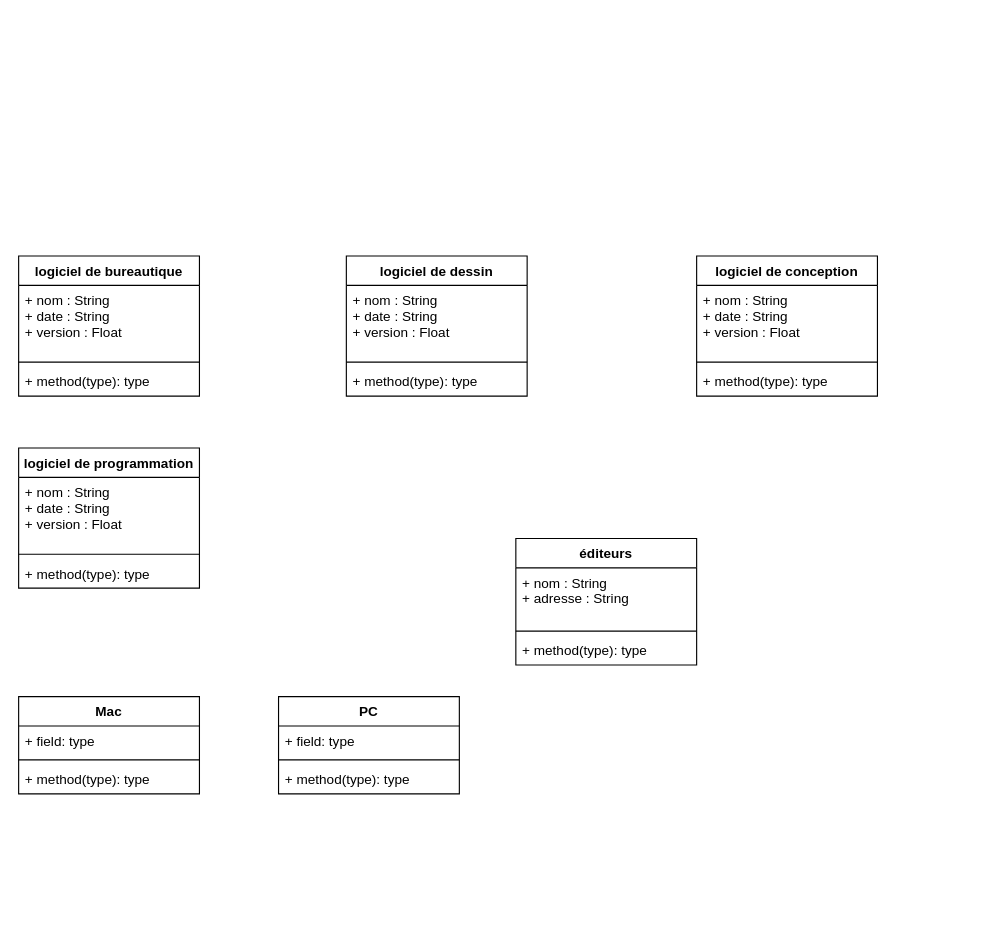
The draw.io diagram ExoLogiciel.drawio in HelixFix/ExoUML, before the edit. Source tidied: cells renumbered, new cells numbered last; positions are measured from the earlier drawing's top-left corner, leaving out a move shared by most shapes. Both pictures are drawn from the tidied source at 113%, with x=0, y=0 at pixel (18, 255).
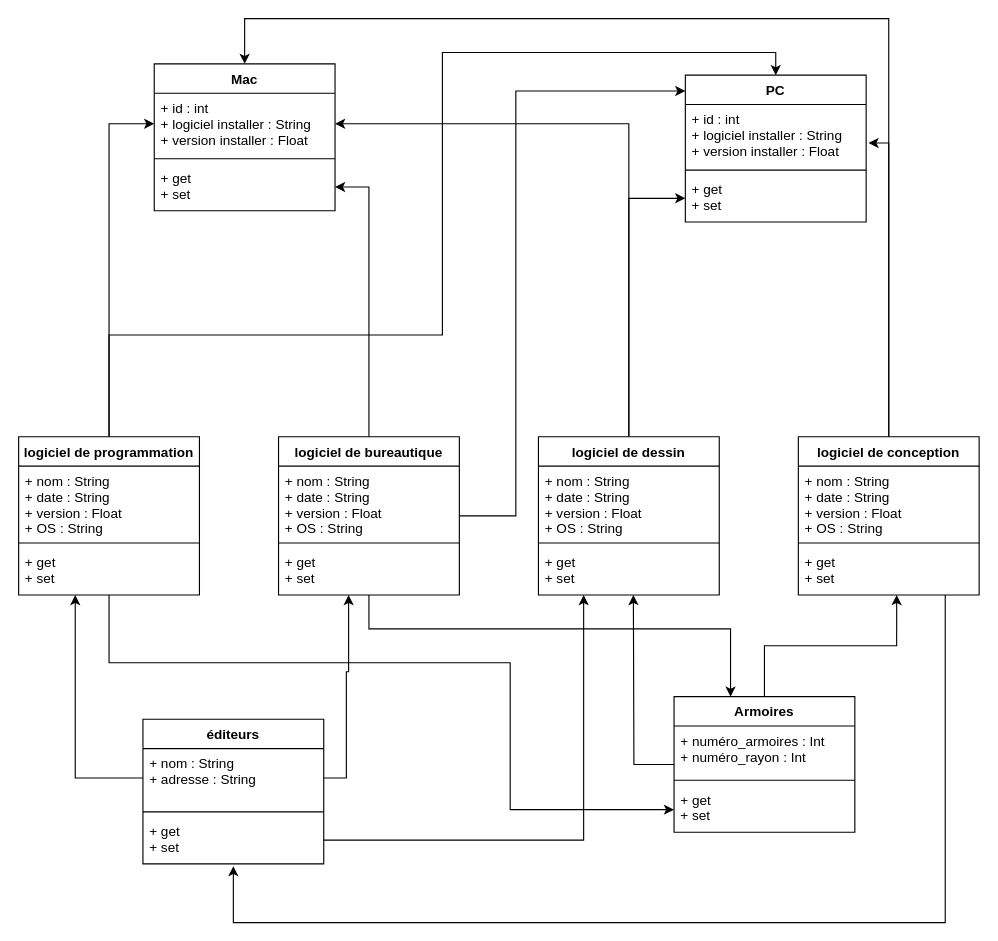
After the change.

Commit message:
Mettre à jour ExoLogiciel.drawio

Unchanged cells that the change refers to:
```xml
<mxCell id="19" value="+ nom : String&#10;+ adresse : String&#10;" style="text;strokeColor=none;fillColor=none;align=left;verticalAlign=top;spacingLeft=4;spacingRight=4;overflow=hidden;points=[[0,0.5],[1,0.5]];portConstraint=eastwest;" parent="18" vertex="1">
  <mxGeometry y="26" width="160" height="52" as="geometry" />
</mxCell>
```

Change to the diagram source:
```diff
@@
+    <mxCell id="30" style="edgeStyle=orthogonalEdgeStyle;rounded=0;jettySize=auto;html=1;entryX=1;entryY=0.5;entryDx=0;entryDy=0;" parent="1" edge="1" source="2" target="45">
+      <mxGeometry relative="1" as="geometry" />
+    </mxCell>
+    <mxCell id="31" style="edgeStyle=orthogonalEdgeStyle;rounded=0;jettySize=auto;html=1;entryX=0;entryY=0.108;entryDx=0;entryDy=0;entryPerimeter=0;" parent="1" edge="1" source="2" target="26">
+      <mxGeometry relative="1" as="geometry">
+        <Array as="points">
+          <mxPoint x="440" y="230" />
+          <mxPoint x="440" y="-146" />
+        </Array>
+      </mxGeometry>
+    </mxCell>
     <mxCell id="2" value="logiciel de bureautique" style="swimlane;fontStyle=1;align=center;verticalAlign=top;horizontal=1;startSize=26;" parent="1" vertex="1">
-      <mxGeometry width="160" height="124" as="geometry" />
+      <mxGeometry x="230" y="160" width="160" height="140" as="geometry" />
     </mxCell>
-    <mxCell id="3" value="+ nom : String&#10;+ date : String&#10;+ version : Float&#10;" style="text;strokeColor=none;fillColor=none;align=left;verticalAlign=top;spacingLeft=4;spacingRight=4;overflow=hidden;" parent="2" vertex="1">
-      <mxGeometry y="26" width="160" height="64" as="geometry" />
-    </mxCell>
+    <mxCell id="32" value="+ nom : String&#10;+ date : String&#10;+ version : Float&#10;+ OS : String" style="text;strokeColor=none;fillColor=none;align=left;verticalAlign=top;spacingLeft=4;spacingRight=4;overflow=hidden;" parent="2" vertex="1">
+      <mxGeometry y="26" width="160" height="64" as="geometry" />
+    </mxCell>
@@
-    <mxCell id="5" value="+ method(type): type" style="text;strokeColor=none;fillColor=none;align=left;verticalAlign=top;spacingLeft=4;spacingRight=4;overflow=hidden;" parent="2" vertex="1">
-      <mxGeometry y="98" width="160" height="26" as="geometry" />
-    </mxCell>
+    <mxCell id="33" value="+ get&#10;+ set&#10;" style="text;strokeColor=none;fillColor=none;align=left;verticalAlign=top;spacingLeft=4;spacingRight=4;overflow=hidden;" parent="2" vertex="1">
+      <mxGeometry y="98" width="160" height="42" as="geometry" />
+    </mxCell>
+    <mxCell id="34" style="edgeStyle=orthogonalEdgeStyle;rounded=0;jettySize=auto;html=1;entryX=0;entryY=0.5;entryDx=0;entryDy=0;" parent="1" edge="1" source="6" target="47">
+      <mxGeometry relative="1" as="geometry" />
+    </mxCell>
+    <mxCell id="35" style="edgeStyle=orthogonalEdgeStyle;rounded=0;jettySize=auto;html=1;entryX=1;entryY=0.5;entryDx=0;entryDy=0;" parent="1" edge="1" source="6" target="23">
+      <mxGeometry relative="1" as="geometry" />
+    </mxCell>
     <mxCell id="6" value="logiciel de dessin" style="swimlane;fontStyle=1;align=center;verticalAlign=top;horizontal=1;startSize=26;" parent="1" vertex="1">
-      <mxGeometry x="290" width="160" height="124" as="geometry" />
+      <mxGeometry x="460" y="160" width="160" height="140" as="geometry" />
     </mxCell>
-    <mxCell id="7" value="+ nom : String&#10;+ date : String&#10;+ version : Float&#10;" style="text;strokeColor=none;fillColor=none;align=left;verticalAlign=top;spacingLeft=4;spacingRight=4;overflow=hidden;" parent="6" vertex="1">
-      <mxGeometry y="26" width="160" height="64" as="geometry" />
-    </mxCell>
+    <mxCell id="36" value="+ nom : String&#10;+ date : String&#10;+ version : Float&#10;+ OS : String" style="text;strokeColor=none;fillColor=none;align=left;verticalAlign=top;spacingLeft=4;spacingRight=4;overflow=hidden;" parent="6" vertex="1">
+      <mxGeometry y="26" width="160" height="64" as="geometry" />
+    </mxCell>
@@
-    <mxCell id="9" value="+ method(type): type" style="text;strokeColor=none;fillColor=none;align=left;verticalAlign=top;spacingLeft=4;spacingRight=4;overflow=hidden;" parent="6" vertex="1">
-      <mxGeometry y="98" width="160" height="26" as="geometry" />
-    </mxCell>
+    <mxCell id="37" value="+ get&#10;+ set&#10;" style="text;strokeColor=none;fillColor=none;align=left;verticalAlign=top;spacingLeft=4;spacingRight=4;overflow=hidden;" parent="6" vertex="1">
+      <mxGeometry y="98" width="160" height="42" as="geometry" />
+    </mxCell>
+    <mxCell id="38" style="edgeStyle=orthogonalEdgeStyle;rounded=0;jettySize=auto;html=1;entryX=1.013;entryY=0.63;entryDx=0;entryDy=0;entryPerimeter=0;" parent="1" edge="1" source="10" target="46">
+      <mxGeometry relative="1" as="geometry" />
+    </mxCell>
+    <mxCell id="39" style="edgeStyle=orthogonalEdgeStyle;rounded=0;jettySize=auto;html=1;entryX=0.5;entryY=0;entryDx=0;entryDy=0;" parent="1" edge="1" source="10" target="22">
+      <mxGeometry relative="1" as="geometry">
+        <Array as="points">
+          <mxPoint x="770" y="-210" />
+          <mxPoint x="200" y="-210" />
+        </Array>
+      </mxGeometry>
+    </mxCell>
     <mxCell id="10" value="logiciel de conception" style="swimlane;fontStyle=1;align=center;verticalAlign=top;horizontal=1;startSize=26;" parent="1" vertex="1">
-      <mxGeometry x="600" width="160" height="124" as="geometry" />
+      <mxGeometry x="690" y="160" width="160" height="140" as="geometry" />
     </mxCell>
-    <mxCell id="11" value="+ nom : String&#10;+ date : String&#10;+ version : Float&#10;" style="text;strokeColor=none;fillColor=none;align=left;verticalAlign=top;spacingLeft=4;spacingRight=4;overflow=hidden;" parent="10" vertex="1">
-      <mxGeometry y="26" width="160" height="64" as="geometry" />
-    </mxCell>
+    <mxCell id="40" value="+ nom : String&#10;+ date : String&#10;+ version : Float&#10;+ OS : String" style="text;strokeColor=none;fillColor=none;align=left;verticalAlign=top;spacingLeft=4;spacingRight=4;overflow=hidden;" parent="10" vertex="1">
+      <mxGeometry y="26" width="160" height="64" as="geometry" />
+    </mxCell>
@@
-    <mxCell id="13" value="+ method(type): type" style="text;strokeColor=none;fillColor=none;align=left;verticalAlign=top;spacingLeft=4;spacingRight=4;overflow=hidden;" parent="10" vertex="1">
-      <mxGeometry y="98" width="160" height="26" as="geometry" />
-    </mxCell>
+    <mxCell id="41" value="+ get&#10;+ set&#10;" style="text;strokeColor=none;fillColor=none;align=left;verticalAlign=top;spacingLeft=4;spacingRight=4;overflow=hidden;points=[[0,0.5],[1,0.5]];portConstraint=eastwest;" parent="10" vertex="1">
+      <mxGeometry y="98" width="160" height="42" as="geometry" />
+    </mxCell>
+    <mxCell id="42" style="edgeStyle=orthogonalEdgeStyle;rounded=0;jettySize=auto;html=1;entryX=0;entryY=0.5;entryDx=0;entryDy=0;" parent="1" edge="1" source="14" target="23">
+      <mxGeometry relative="1" as="geometry" />
+    </mxCell>
+    <mxCell id="43" style="edgeStyle=orthogonalEdgeStyle;rounded=0;jettySize=auto;html=1;entryX=0.5;entryY=0;entryDx=0;entryDy=0;" parent="1" edge="1" source="14" target="26">
+      <mxGeometry relative="1" as="geometry">
+        <Array as="points">
+          <mxPoint x="80" y="70" />
+          <mxPoint x="375" y="70" />
+          <mxPoint x="375" y="-180" />
+          <mxPoint x="670" y="-180" />
+        </Array>
+      </mxGeometry>
+    </mxCell>
     <mxCell id="14" value="logiciel de programmation" style="swimlane;fontStyle=1;align=center;verticalAlign=top;horizontal=1;startSize=26;" parent="1" vertex="1">
-      <mxGeometry y="170" width="160" height="124" as="geometry" />
+      <mxGeometry y="160" width="160" height="140" as="geometry" />
     </mxCell>
-    <mxCell id="15" value="+ nom : String&#10;+ date : String&#10;+ version : Float&#10;" style="text;strokeColor=none;fillColor=none;align=left;verticalAlign=top;spacingLeft=4;spacingRight=4;overflow=hidden;" parent="14" vertex="1">
+    <mxCell id="15" value="+ nom : String&#10;+ date : String&#10;+ version : Float&#10;+ OS : String" style="text;strokeColor=none;fillColor=none;align=left;verticalAlign=top;spacingLeft=4;spacingRight=4;overflow=hidden;" parent="14" vertex="1">
       <mxGeometry y="26" width="160" height="64" as="geometry" />
     </mxCell>
@@
-    <mxCell id="17" value="+ method(type): type" style="text;strokeColor=none;fillColor=none;align=left;verticalAlign=top;spacingLeft=4;spacingRight=4;overflow=hidden;" parent="14" vertex="1">
-      <mxGeometry y="98" width="160" height="26" as="geometry" />
-    </mxCell>
+    <mxCell id="44" value="+ get&#10;+ set&#10;" style="text;strokeColor=none;fillColor=none;align=left;verticalAlign=top;spacingLeft=4;spacingRight=4;overflow=hidden;points=[[0,0.5],[1,0.5]];portConstraint=eastwest;" parent="14" vertex="1">
+      <mxGeometry y="98" width="160" height="42" as="geometry" />
+    </mxCell>
     <mxCell id="18" value="éditeurs" style="swimlane;fontStyle=1;align=center;verticalAlign=top;horizontal=1;startSize=26;" parent="1" vertex="1">
-      <mxGeometry x="440" y="250" width="160" height="112" as="geometry" />
+      <mxGeometry x="110" y="410" width="160" height="128" as="geometry" />
     </mxCell>
@@
-    <mxCell id="21" value="+ method(type): type" style="text;strokeColor=none;fillColor=none;align=left;verticalAlign=top;spacingLeft=4;spacingRight=4;overflow=hidden;points=[[0,0.5],[1,0.5]];portConstraint=eastwest;" parent="18" vertex="1">
-      <mxGeometry y="86" width="160" height="26" as="geometry" />
+    <mxCell id="21" value="+ get&#10;+ set&#10;" style="text;strokeColor=none;fillColor=none;align=left;verticalAlign=top;spacingLeft=4;spacingRight=4;overflow=hidden;points=[[0,0.5],[1,0.5]];portConstraint=eastwest;" parent="18" vertex="1">
+      <mxGeometry y="86" width="160" height="42" as="geometry" />
     </mxCell>
     <mxCell id="22" value="Mac" style="swimlane;fontStyle=1;align=center;verticalAlign=top;horizontal=1;startSize=26;" parent="1" vertex="1">
-      <mxGeometry y="390" width="160" height="86" as="geometry" />
+      <mxGeometry x="120" y="-170" width="160" height="130" as="geometry" />
     </mxCell>
-    <mxCell id="23" value="+ field: type" style="text;strokeColor=none;fillColor=none;align=left;verticalAlign=top;spacingLeft=4;spacingRight=4;overflow=hidden;points=[[0,0.5],[1,0.5]];portConstraint=eastwest;" parent="22" vertex="1">
-      <mxGeometry y="26" width="160" height="26" as="geometry" />
+    <mxCell id="23" value="+ id : int&#10;+ logiciel installer : String&#10;+ version installer : Float" style="text;strokeColor=none;fillColor=none;align=left;verticalAlign=top;spacingLeft=4;spacingRight=4;overflow=hidden;points=[[0,0.5],[1,0.5]];portConstraint=eastwest;" parent="22" vertex="1">
+      <mxGeometry y="26" width="160" height="54" as="geometry" />
     </mxCell>
     <mxCell id="24" style="line;strokeWidth=1;fillColor=none;align=left;verticalAlign=middle;spacingTop=-1;spacingLeft=3;spacingRight=3;labelPosition=right;" parent="22" vertex="1">
-      <mxGeometry y="52" width="160" height="8" as="geometry" />
+      <mxGeometry y="80" width="160" height="8" as="geometry" />
     </mxCell>
-    <mxCell id="25" value="+ method(type): type" style="text;strokeColor=none;fillColor=none;align=left;verticalAlign=top;spacingLeft=4;spacingRight=4;overflow=hidden;" parent="22" vertex="1">
-      <mxGeometry y="60" width="160" height="26" as="geometry" />
-    </mxCell>
+    <mxCell id="45" value="+ get&#10;+ set&#10;" style="text;strokeColor=none;fillColor=none;align=left;verticalAlign=top;spacingLeft=4;spacingRight=4;overflow=hidden;points=[[0,0.5],[1,0.5]];portConstraint=eastwest;" parent="22" vertex="1">
+      <mxGeometry y="88" width="160" height="42" as="geometry" />
+    </mxCell>
     <mxCell id="26" value="PC" style="swimlane;fontStyle=1;align=center;verticalAlign=top;horizontal=1;startSize=26;" parent="1" vertex="1">
-      <mxGeometry x="230" y="390" width="160" height="86" as="geometry" />
+      <mxGeometry x="590" y="-160" width="160" height="130" as="geometry" />
     </mxCell>
-    <mxCell id="27" value="+ field: type" style="text;strokeColor=none;fillColor=none;align=left;verticalAlign=top;spacingLeft=4;spacingRight=4;overflow=hidden;" parent="26" vertex="1">
-      <mxGeometry y="26" width="160" height="26" as="geometry" />
-    </mxCell>
+    <mxCell id="46" value="+ id : int&#10;+ logiciel installer : String&#10;+ version installer : Float" style="text;strokeColor=none;fillColor=none;align=left;verticalAlign=top;spacingLeft=4;spacingRight=4;overflow=hidden;points=[[0,0.5],[1,0.5]];portConstraint=eastwest;" parent="26" vertex="1">
+      <mxGeometry y="26" width="160" height="54" as="geometry" />
+    </mxCell>
     <mxCell id="28" style="line;strokeWidth=1;fillColor=none;align=left;verticalAlign=middle;spacingTop=-1;spacingLeft=3;spacingRight=3;labelPosition=right;" parent="26" vertex="1">
-      <mxGeometry y="52" width="160" height="8" as="geometry" />
+      <mxGeometry y="80" width="160" height="8" as="geometry" />
     </mxCell>
-    <mxCell id="29" value="+ method(type): type" style="text;strokeColor=none;fillColor=none;align=left;verticalAlign=top;spacingLeft=4;spacingRight=4;overflow=hidden;" parent="26" vertex="1">
-      <mxGeometry y="60" width="160" height="26" as="geometry" />
-    </mxCell>
+    <mxCell id="47" value="+ get&#10;+ set&#10;" style="text;strokeColor=none;fillColor=none;align=left;verticalAlign=top;spacingLeft=4;spacingRight=4;overflow=hidden;points=[[0,0.5],[1,0.5]];portConstraint=eastwest;" parent="26" vertex="1">
+      <mxGeometry y="88" width="160" height="42" as="geometry" />
+    </mxCell>
+    <mxCell id="48" style="edgeStyle=orthogonalEdgeStyle;rounded=0;jettySize=auto;html=1;entryX=0.544;entryY=1;entryDx=0;entryDy=0;entryPerimeter=0;" parent="1" edge="1" source="50" target="41">
+      <mxGeometry relative="1" as="geometry" />
+    </mxCell>
+    <mxCell id="49" style="edgeStyle=orthogonalEdgeStyle;rounded=0;jettySize=auto;html=1;" parent="1" edge="1" source="50">
+      <mxGeometry relative="1" as="geometry">
+        <mxPoint x="544" y="300" as="targetPoint" />
+      </mxGeometry>
+    </mxCell>
+    <mxCell id="50" value="Armoires" style="swimlane;fontStyle=1;align=center;verticalAlign=top;horizontal=1;startSize=26;" parent="1" vertex="1">
+      <mxGeometry x="580" y="390" width="160" height="120" as="geometry" />
+    </mxCell>
+    <mxCell id="51" value="+ numéro_armoires : Int&#10;+ numéro_rayon : Int" style="text;strokeColor=none;fillColor=none;align=left;verticalAlign=top;spacingLeft=4;spacingRight=4;overflow=hidden;" parent="50" vertex="1">
+      <mxGeometry y="26" width="160" height="44" as="geometry" />
+    </mxCell>
+    <mxCell id="52" style="line;strokeWidth=1;fillColor=none;align=left;verticalAlign=middle;spacingTop=-1;spacingLeft=3;spacingRight=3;labelPosition=right;" parent="50" vertex="1">
+      <mxGeometry y="70" width="160" height="8" as="geometry" />
+    </mxCell>
+    <mxCell id="53" value="+ get&#10;+ set&#10;" style="text;strokeColor=none;fillColor=none;align=left;verticalAlign=top;spacingLeft=4;spacingRight=4;overflow=hidden;" parent="50" vertex="1">
+      <mxGeometry y="78" width="160" height="42" as="geometry" />
+    </mxCell>
+    <mxCell id="54" style="edgeStyle=orthogonalEdgeStyle;rounded=0;orthogonalLoop=1;jettySize=auto;html=1;" parent="1" edge="1">
+      <mxGeometry relative="1" as="geometry">
+        <mxPoint x="310" y="300" as="sourcePoint" />
+        <mxPoint x="630" y="390" as="targetPoint" />
+        <Array as="points">
+          <mxPoint x="310" y="330" />
+          <mxPoint x="630" y="330" />
+        </Array>
+      </mxGeometry>
+    </mxCell>
+    <mxCell id="55" style="edgeStyle=orthogonalEdgeStyle;rounded=0;jettySize=auto;html=1;" parent="1" edge="1" source="44">
+      <mxGeometry relative="1" as="geometry">
+        <mxPoint x="580" y="490" as="targetPoint" />
+        <Array as="points">
+          <mxPoint x="80" y="360" />
+          <mxPoint x="435" y="360" />
+          <mxPoint x="435" y="490" />
+        </Array>
+      </mxGeometry>
+    </mxCell>
+    <mxCell id="56" style="edgeStyle=orthogonalEdgeStyle;rounded=0;jettySize=auto;html=1;entryX=0.313;entryY=1;entryDx=0;entryDy=0;entryPerimeter=0;" parent="1" edge="1" source="19" target="44">
+      <mxGeometry relative="1" as="geometry" />
+    </mxCell>
+    <mxCell id="57" style="edgeStyle=orthogonalEdgeStyle;rounded=0;jettySize=auto;html=1;" parent="1" edge="1" source="19">
+      <mxGeometry relative="1" as="geometry">
+        <mxPoint x="292" y="300" as="targetPoint" />
+        <Array as="points">
+          <mxPoint x="290" y="462" />
+          <mxPoint x="290" y="368" />
+          <mxPoint x="292" y="368" />
+        </Array>
+      </mxGeometry>
+    </mxCell>
+    <mxCell id="58" style="edgeStyle=orthogonalEdgeStyle;rounded=0;jettySize=auto;html=1;entryX=0.25;entryY=1;entryDx=0;entryDy=0;" parent="1" edge="1" source="21" target="6">
+      <mxGeometry relative="1" as="geometry" />
+    </mxCell>
+    <mxCell id="59" style="edgeStyle=orthogonalEdgeStyle;rounded=0;jettySize=auto;html=1;entryX=0.5;entryY=1.048;entryDx=0;entryDy=0;entryPerimeter=0;" parent="1" edge="1" source="41" target="21">
+      <mxGeometry relative="1" as="geometry">
+        <Array as="points">
+          <mxPoint x="820" y="590" />
+          <mxPoint x="190" y="590" />
+        </Array>
+      </mxGeometry>
+    </mxCell>
```
